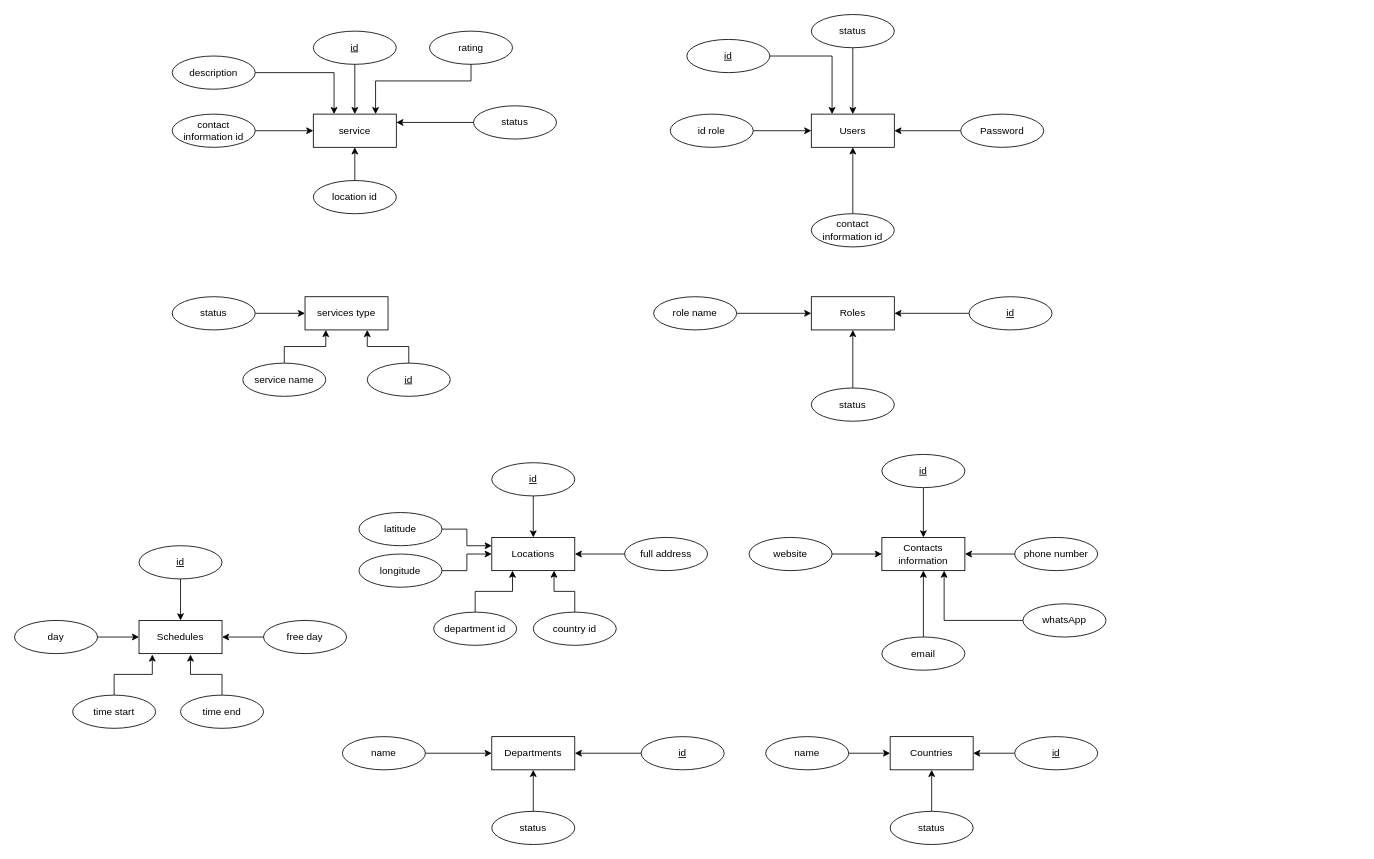
Before: caminoDiagrams/Untitled Diagram.drawio in DrDaxter/diagrams, a draw.io diagram. Source tidied: cells renumbered, new cells numbered last; positions are measured from the earlier drawing's top-left corner, leaving out a move shared by most shapes. Both pictures are drawn from the tidied source at 83%, with x=0, y=0 at pixel (14, 14).
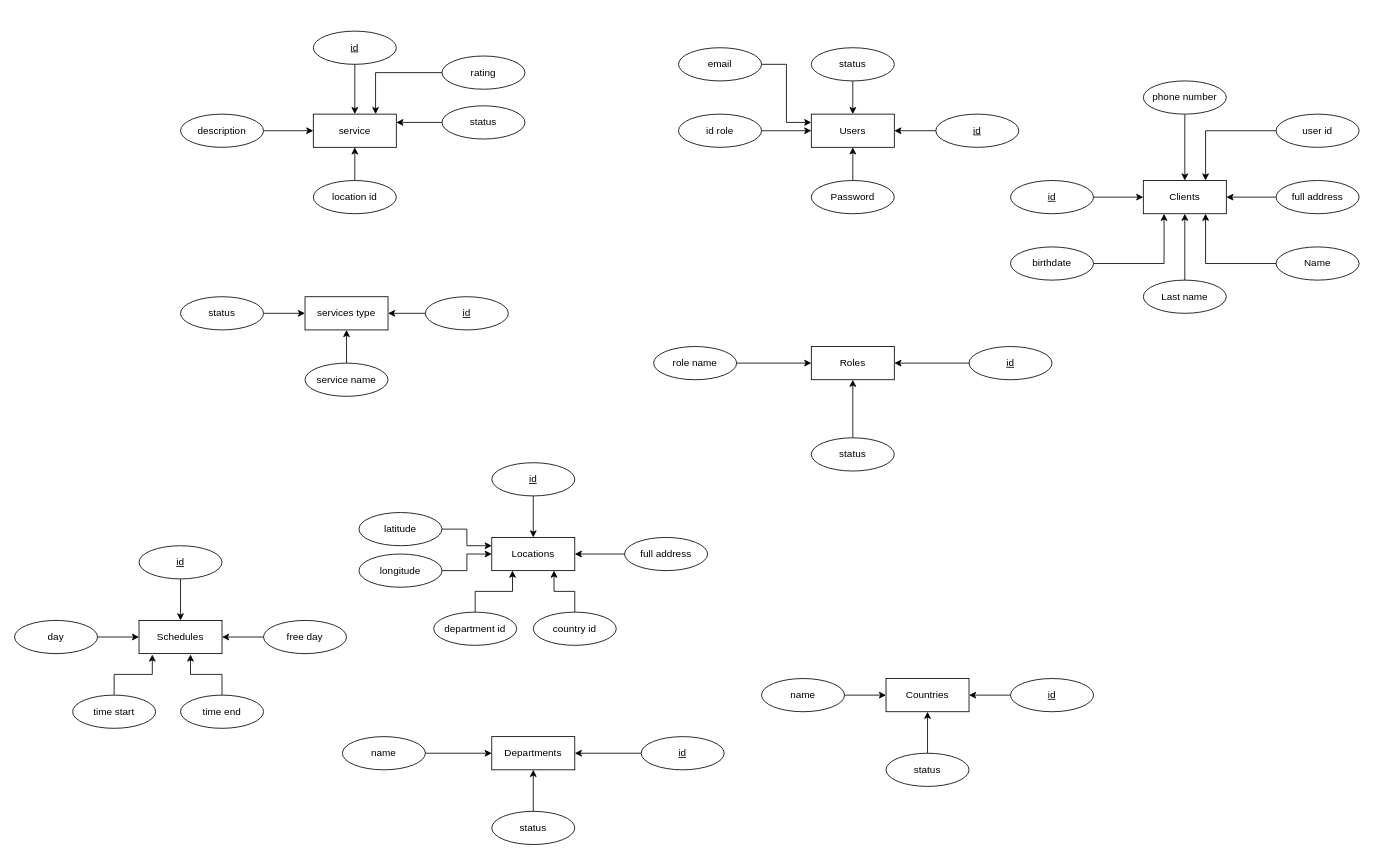
After the change.

Unchanged cells that the change refers to:
```xml
<mxCell id="2" value="service" style="whiteSpace=wrap;html=1;align=center;" parent="1" vertex="1">
  <mxGeometry x="360" y="120" width="100" height="40" as="geometry" />
</mxCell>
<mxCell id="18" value="services type" style="whiteSpace=wrap;html=1;align=center;" parent="1" vertex="1">
  <mxGeometry x="350" y="340" width="100" height="40" as="geometry" />
</mxCell>
<mxCell id="23" value="Users" style="whiteSpace=wrap;html=1;align=center;" parent="1" vertex="1">
  <mxGeometry x="960" y="120" width="100" height="40" as="geometry" />
</mxCell>
```

What changed in the source:
```diff
@@
-    <mxCell id="6" style="edgeStyle=orthogonalEdgeStyle;rounded=0;jettySize=auto;html=1;entryX=0.75;entryY=0;entryDx=0;entryDy=0;exitX=0;exitY=0.5;exitDx=0;exitDy=0;" parent="1" edge="1" source="7" target="2">
-      <mxGeometry relative="1" as="geometry">
-        <Array as="points">
-          <mxPoint x="550" y="80" />
-          <mxPoint x="435" y="80" />
-        </Array>
-      </mxGeometry>
+    <mxCell id="6" style="edgeStyle=orthogonalEdgeStyle;rounded=0;jettySize=auto;html=1;entryX=0.75;entryY=0;entryDx=0;entryDy=0;" parent="1" edge="1" source="7" target="2">
+      <mxGeometry relative="1" as="geometry" />
     </mxCell>
     <mxCell id="7" value="rating" style="ellipse;whiteSpace=wrap;html=1;align=center;" parent="1" vertex="1">
-      <mxGeometry x="500" y="20" width="100" height="40" as="geometry" />
+      <mxGeometry x="515" y="50" width="100" height="40" as="geometry" />
     </mxCell>
-    <mxCell id="8" style="edgeStyle=orthogonalEdgeStyle;rounded=0;jettySize=auto;html=1;entryX=0;entryY=0.5;entryDx=0;entryDy=0;" parent="1" edge="1" source="9" target="2">
-      <mxGeometry relative="1" as="geometry" />
-    </mxCell>
-    <mxCell id="9" value="contact information id" style="ellipse;whiteSpace=wrap;html=1;align=center;" parent="1" vertex="1">
-      <mxGeometry x="190" y="120" width="100" height="40" as="geometry" />
-    </mxCell>
-    <mxCell id="10" style="edgeStyle=orthogonalEdgeStyle;rounded=0;jettySize=auto;html=1;entryX=0.25;entryY=0;entryDx=0;entryDy=0;" parent="1" edge="1" source="11" target="2">
+    <mxCell id="10" style="edgeStyle=orthogonalEdgeStyle;rounded=0;jettySize=auto;html=1;entryX=0;entryY=0.5;entryDx=0;entryDy=0;" parent="1" edge="1" source="11" target="2">
       <mxGeometry relative="1" as="geometry" />
     </mxCell>
     <mxCell id="11" value="description" style="ellipse;whiteSpace=wrap;html=1;align=center;" parent="1" vertex="1">
-      <mxGeometry x="190" y="50" width="100" height="40" as="geometry" />
+      <mxGeometry x="200" y="120" width="100" height="40" as="geometry" />
     </mxCell>
-    <mxCell id="12" style="edgeStyle=orthogonalEdgeStyle;rounded=0;jettySize=auto;html=1;entryX=0.25;entryY=1;entryDx=0;entryDy=0;" parent="1" edge="1" source="13" target="18">
+    <mxCell id="12" style="edgeStyle=orthogonalEdgeStyle;rounded=0;jettySize=auto;html=1;entryX=0.5;entryY=1;entryDx=0;entryDy=0;" parent="1" edge="1" source="13" target="18">
       <mxGeometry relative="1" as="geometry" />
     </mxCell>
     <mxCell id="13" value="service name" style="ellipse;whiteSpace=wrap;html=1;align=center;" parent="1" vertex="1">
-      <mxGeometry x="275" y="420" width="100" height="40" as="geometry" />
+      <mxGeometry x="350" y="420" width="100" height="40" as="geometry" />
     </mxCell>
-    <mxCell id="14" style="edgeStyle=orthogonalEdgeStyle;rounded=0;jettySize=auto;html=1;entryX=0.75;entryY=1;entryDx=0;entryDy=0;" parent="1" edge="1" source="15" target="18">
+    <mxCell id="14" style="edgeStyle=orthogonalEdgeStyle;rounded=0;jettySize=auto;html=1;entryX=1;entryY=0.5;entryDx=0;entryDy=0;" parent="1" edge="1" source="15" target="18">
       <mxGeometry relative="1" as="geometry" />
     </mxCell>
     <mxCell id="15" value="id" style="ellipse;whiteSpace=wrap;html=1;align=center;fontStyle=4;" parent="1" vertex="1">
-      <mxGeometry x="425" y="420" width="100" height="40" as="geometry" />
+      <mxGeometry x="495" y="340" width="100" height="40" as="geometry" />
     </mxCell>
@@
     <mxCell id="20" value="status" style="ellipse;whiteSpace=wrap;html=1;align=center;" parent="1" vertex="1">
-      <mxGeometry x="553" y="110" width="100" height="40" as="geometry" />
+      <mxGeometry x="515" y="110" width="100" height="40" as="geometry" />
     </mxCell>
@@
     <mxCell id="22" value="status" style="ellipse;whiteSpace=wrap;html=1;align=center;" parent="1" vertex="1">
-      <mxGeometry x="190" y="340" width="100" height="40" as="geometry" />
+      <mxGeometry x="200" y="340" width="100" height="40" as="geometry" />
     </mxCell>
@@
-    <mxCell id="24" style="edgeStyle=orthogonalEdgeStyle;rounded=0;jettySize=auto;html=1;" parent="1" edge="1" source="25" target="23">
-      <mxGeometry relative="1" as="geometry" />
-    </mxCell>
-    <mxCell id="25" value="contact information id" style="ellipse;whiteSpace=wrap;html=1;align=center;" parent="1" vertex="1">
-      <mxGeometry x="960" y="240" width="100" height="40" as="geometry" />
-    </mxCell>
@@
     <mxCell id="27" value="Password" style="ellipse;whiteSpace=wrap;html=1;align=center;" parent="1" vertex="1">
-      <mxGeometry x="1140" y="120" width="100" height="40" as="geometry" />
+      <mxGeometry x="960" y="200" width="100" height="40" as="geometry" />
     </mxCell>
@@
     <mxCell id="29" value="status" style="ellipse;whiteSpace=wrap;html=1;align=center;" parent="1" vertex="1">
-      <mxGeometry x="960" width="100" height="40" as="geometry" />
+      <mxGeometry x="960" y="40" width="100" height="40" as="geometry" />
     </mxCell>
@@
     <mxCell id="31" value="id role" style="ellipse;whiteSpace=wrap;html=1;align=center;" parent="1" vertex="1">
-      <mxGeometry x="790" y="120" width="100" height="40" as="geometry" />
+      <mxGeometry x="800" y="120" width="100" height="40" as="geometry" />
     </mxCell>
-    <mxCell id="32" style="edgeStyle=orthogonalEdgeStyle;rounded=0;jettySize=auto;html=1;entryX=0.25;entryY=0;entryDx=0;entryDy=0;" parent="1" edge="1" source="33" target="23">
+    <mxCell id="32" style="edgeStyle=orthogonalEdgeStyle;rounded=0;jettySize=auto;html=1;" parent="1" edge="1" source="33" target="23">
       <mxGeometry relative="1" as="geometry" />
     </mxCell>
     <mxCell id="33" value="id" style="ellipse;whiteSpace=wrap;html=1;align=center;fontStyle=4;" parent="1" vertex="1">
-      <mxGeometry x="810" y="30" width="100" height="40" as="geometry" />
+      <mxGeometry x="1110" y="120" width="100" height="40" as="geometry" />
     </mxCell>
     <mxCell id="34" value="Roles" style="whiteSpace=wrap;html=1;align=center;" parent="1" vertex="1">
-      <mxGeometry x="960" y="340" width="100" height="40" as="geometry" />
+      <mxGeometry x="960" y="400" width="100" height="40" as="geometry" />
     </mxCell>
@@
     <mxCell id="36" value="role name" style="ellipse;whiteSpace=wrap;html=1;align=center;" parent="1" vertex="1">
-      <mxGeometry x="770" y="340" width="100" height="40" as="geometry" />
+      <mxGeometry x="770" y="400" width="100" height="40" as="geometry" />
     </mxCell>
@@
     <mxCell id="38" value="status" style="ellipse;whiteSpace=wrap;html=1;align=center;" parent="1" vertex="1">
-      <mxGeometry x="960" y="450" width="100" height="40" as="geometry" />
+      <mxGeometry x="960" y="510" width="100" height="40" as="geometry" />
     </mxCell>
@@
     <mxCell id="40" value="id" style="ellipse;whiteSpace=wrap;html=1;align=center;fontStyle=4;" parent="1" vertex="1">
-      <mxGeometry x="1150" y="340" width="100" height="40" as="geometry" />
+      <mxGeometry x="1150" y="400" width="100" height="40" as="geometry" />
     </mxCell>
-    <mxCell id="41" value="Contacts information" style="whiteSpace=wrap;html=1;align=center;" parent="1" vertex="1">
-      <mxGeometry x="1045" y="630" width="100" height="40" as="geometry" />
-    </mxCell>
-    <mxCell id="42" style="edgeStyle=orthogonalEdgeStyle;rounded=0;jettySize=auto;html=1;" parent="1" edge="1" source="43" target="41">
-      <mxGeometry relative="1" as="geometry" />
-    </mxCell>
-    <mxCell id="43" value="id" style="ellipse;whiteSpace=wrap;html=1;align=center;fontStyle=4;" parent="1" vertex="1">
-      <mxGeometry x="1045" y="530" width="100" height="40" as="geometry" />
-    </mxCell>
-    <mxCell id="44" style="edgeStyle=orthogonalEdgeStyle;rounded=0;jettySize=auto;html=1;" parent="1" edge="1" source="45" target="41">
-      <mxGeometry relative="1" as="geometry" />
-    </mxCell>
-    <mxCell id="45" value="email" style="ellipse;whiteSpace=wrap;html=1;align=center;" parent="1" vertex="1">
-      <mxGeometry x="1045" y="750" width="100" height="40" as="geometry" />
-    </mxCell>
-    <mxCell id="46" style="edgeStyle=orthogonalEdgeStyle;rounded=0;jettySize=auto;html=1;" parent="1" edge="1" source="47" target="41">
-      <mxGeometry relative="1" as="geometry" />
-    </mxCell>
-    <mxCell id="47" value="phone number" style="ellipse;whiteSpace=wrap;html=1;align=center;" parent="1" vertex="1">
-      <mxGeometry x="1205" y="630" width="100" height="40" as="geometry" />
-    </mxCell>
-    <mxCell id="48" style="edgeStyle=orthogonalEdgeStyle;rounded=0;jettySize=auto;html=1;entryX=0.75;entryY=1;entryDx=0;entryDy=0;" parent="1" edge="1" source="49" target="41">
-      <mxGeometry relative="1" as="geometry" />
-    </mxCell>
-    <mxCell id="49" value="whatsApp" style="ellipse;whiteSpace=wrap;html=1;align=center;" parent="1" vertex="1">
-      <mxGeometry x="1215" y="710" width="100" height="40" as="geometry" />
-    </mxCell>
-    <mxCell id="50" style="edgeStyle=orthogonalEdgeStyle;rounded=0;jettySize=auto;html=1;" parent="1" edge="1" source="51" target="41">
-      <mxGeometry relative="1" as="geometry" />
-    </mxCell>
-    <mxCell id="51" value="website" style="ellipse;whiteSpace=wrap;html=1;align=center;" parent="1" vertex="1">
-      <mxGeometry x="885" y="630" width="100" height="40" as="geometry" />
-    </mxCell>
@@
     <mxCell id="70" value="Countries" style="whiteSpace=wrap;html=1;align=center;" parent="1" vertex="1">
-      <mxGeometry x="1055" y="870" width="100" height="40" as="geometry" />
+      <mxGeometry x="1050" y="800" width="100" height="40" as="geometry" />
     </mxCell>
@@
     <mxCell id="72" value="name" style="ellipse;whiteSpace=wrap;html=1;align=center;" parent="1" vertex="1">
-      <mxGeometry x="905" y="870" width="100" height="40" as="geometry" />
+      <mxGeometry x="900" y="800" width="100" height="40" as="geometry" />
     </mxCell>
@@
     <mxCell id="74" value="status" style="ellipse;whiteSpace=wrap;html=1;align=center;" parent="1" vertex="1">
-      <mxGeometry x="1055" y="960" width="100" height="40" as="geometry" />
+      <mxGeometry x="1050" y="890" width="100" height="40" as="geometry" />
     </mxCell>
@@
     <mxCell id="76" value="id" style="ellipse;whiteSpace=wrap;html=1;align=center;fontStyle=4;" parent="1" vertex="1">
-      <mxGeometry x="1205" y="870" width="100" height="40" as="geometry" />
+      <mxGeometry x="1200" y="800" width="100" height="40" as="geometry" />
     </mxCell>
@@
+    <mxCell id="90" value="Clients" style="whiteSpace=wrap;html=1;align=center;" parent="1" vertex="1">
+      <mxGeometry x="1360" y="200" width="100" height="40" as="geometry" />
+    </mxCell>
+    <mxCell id="91" style="edgeStyle=orthogonalEdgeStyle;rounded=0;jettySize=auto;html=1;" parent="1" edge="1" source="92" target="90">
+      <mxGeometry relative="1" as="geometry" />
+    </mxCell>
+    <mxCell id="92" value="full address" style="ellipse;whiteSpace=wrap;html=1;align=center;" parent="1" vertex="1">
+      <mxGeometry x="1520" y="200" width="100" height="40" as="geometry" />
+    </mxCell>
+    <mxCell id="93" style="edgeStyle=orthogonalEdgeStyle;rounded=0;jettySize=auto;html=1;entryX=0.75;entryY=0;entryDx=0;entryDy=0;" parent="1" edge="1" source="94" target="90">
+      <mxGeometry relative="1" as="geometry" />
+    </mxCell>
+    <mxCell id="94" value="user id" style="ellipse;whiteSpace=wrap;html=1;align=center;" parent="1" vertex="1">
+      <mxGeometry x="1520" y="120" width="100" height="40" as="geometry" />
+    </mxCell>
+    <mxCell id="95" style="edgeStyle=orthogonalEdgeStyle;rounded=0;jettySize=auto;html=1;entryX=0.75;entryY=1;entryDx=0;entryDy=0;" parent="1" edge="1" source="96" target="90">
+      <mxGeometry relative="1" as="geometry">
+        <Array as="points">
+          <mxPoint x="1435" y="300" />
+        </Array>
+      </mxGeometry>
+    </mxCell>
+    <mxCell id="96" value="Name" style="ellipse;whiteSpace=wrap;html=1;align=center;" parent="1" vertex="1">
+      <mxGeometry x="1520" y="280" width="100" height="40" as="geometry" />
+    </mxCell>
+    <mxCell id="97" style="edgeStyle=orthogonalEdgeStyle;rounded=0;jettySize=auto;html=1;entryX=0.5;entryY=1;entryDx=0;entryDy=0;" parent="1" edge="1" source="98" target="90">
+      <mxGeometry relative="1" as="geometry" />
+    </mxCell>
+    <mxCell id="98" value="Last name" style="ellipse;whiteSpace=wrap;html=1;align=center;" parent="1" vertex="1">
+      <mxGeometry x="1360" y="320" width="100" height="40" as="geometry" />
+    </mxCell>
+    <mxCell id="99" style="edgeStyle=orthogonalEdgeStyle;rounded=0;jettySize=auto;html=1;entryX=0.5;entryY=0;entryDx=0;entryDy=0;" parent="1" edge="1" source="47" target="90">
+      <mxGeometry relative="1" as="geometry" />
+    </mxCell>
+    <mxCell id="47" value="phone number" style="ellipse;whiteSpace=wrap;html=1;align=center;" parent="1" vertex="1">
+      <mxGeometry x="1360" y="80" width="100" height="40" as="geometry" />
+    </mxCell>
+    <mxCell id="100" style="edgeStyle=orthogonalEdgeStyle;rounded=0;jettySize=auto;html=1;" parent="1" edge="1" source="43" target="90">
+      <mxGeometry relative="1" as="geometry" />
+    </mxCell>
+    <mxCell id="43" value="id" style="ellipse;whiteSpace=wrap;html=1;align=center;fontStyle=4;" parent="1" vertex="1">
+      <mxGeometry x="1200" y="200" width="100" height="40" as="geometry" />
+    </mxCell>
+    <mxCell id="101" style="edgeStyle=orthogonalEdgeStyle;rounded=0;jettySize=auto;html=1;entryX=0.25;entryY=1;entryDx=0;entryDy=0;" parent="1" edge="1" source="102" target="90">
+      <mxGeometry relative="1" as="geometry" />
+    </mxCell>
+    <mxCell id="102" value="birthdate" style="ellipse;whiteSpace=wrap;html=1;align=center;" parent="1" vertex="1">
+      <mxGeometry x="1200" y="280" width="100" height="40" as="geometry" />
+    </mxCell>
+    <mxCell id="103" style="edgeStyle=orthogonalEdgeStyle;rounded=0;jettySize=auto;html=1;entryX=0;entryY=0.25;entryDx=0;entryDy=0;" parent="1" edge="1" source="45" target="23">
+      <mxGeometry relative="1" as="geometry" />
+    </mxCell>
+    <mxCell id="45" value="email" style="ellipse;whiteSpace=wrap;html=1;align=center;" parent="1" vertex="1">
+      <mxGeometry x="800" y="40" width="100" height="40" as="geometry" />
+    </mxCell>
```
